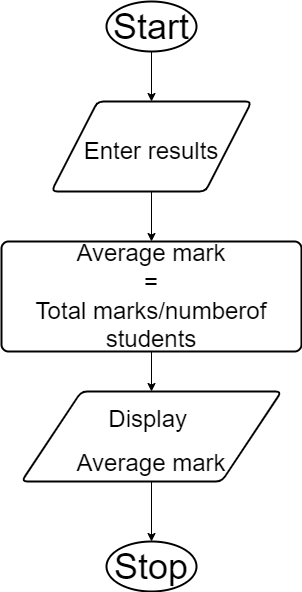
Before: Question 2 part i.drawio.png, a diagram exported from draw.io (Berna-K/CAT-2-Question-2). Source tidied: cells renumbered, new cells last; positions are measured from the earlier drawing's top-left corner, leaving out a move shared by most shapes. Source of this version:
```xml
<mxGraphModel>
  <root>
    <mxCell id="0" />
    <mxCell id="1" parent="0" />
    <mxCell id="2" style="edgeStyle=orthogonalEdgeStyle;rounded=0;jettySize=auto;html=1;entryX=0.5;entryY=0;entryDx=0;entryDy=0;fontSize=24;" parent="1" edge="1" source="3" target="5">
      <mxGeometry relative="1" as="geometry" />
    </mxCell>
    <mxCell id="3" value="Start" style="strokeWidth=2;html=1;shape=mxgraph.flowchart.start_1;whiteSpace=wrap;fontSize=36;" parent="1" vertex="1">
      <mxGeometry x="105" width="90" height="50" as="geometry" />
    </mxCell>
    <mxCell id="4" style="edgeStyle=orthogonalEdgeStyle;rounded=0;jettySize=auto;html=1;fontSize=24;" parent="1" edge="1" source="5" target="7">
      <mxGeometry relative="1" as="geometry" />
    </mxCell>
    <mxCell id="5" value="&lt;div style=&quot;&quot;&gt;&lt;font style=&quot;font-size: 24px;&quot;&gt;&lt;span style=&quot;background-color: initial;&quot;&gt;Enter results&lt;/span&gt;&lt;/font&gt;&lt;/div&gt;" style="shape=parallelogram;html=1;strokeWidth=2;perimeter=parallelogramPerimeter;whiteSpace=wrap;rounded=1;arcSize=12;size=0.23;fontSize=36;align=center;" parent="1" vertex="1">
      <mxGeometry x="50" y="100" width="200" height="90" as="geometry" />
    </mxCell>
    <mxCell id="6" style="edgeStyle=orthogonalEdgeStyle;rounded=0;jettySize=auto;html=1;entryX=0.5;entryY=0;entryDx=0;entryDy=0;fontSize=24;" parent="1" edge="1" source="7" target="9">
      <mxGeometry relative="1" as="geometry" />
    </mxCell>
    <mxCell id="7" value="Average mark&lt;br&gt;=&lt;br&gt;Total marks/numberof students" style="rounded=1;whiteSpace=wrap;html=1;absoluteArcSize=1;arcSize=14;strokeWidth=2;fontSize=24;" parent="1" vertex="1">
      <mxGeometry y="240" width="300" height="110" as="geometry" />
    </mxCell>
    <mxCell id="8" style="edgeStyle=orthogonalEdgeStyle;rounded=0;jettySize=auto;html=1;entryX=0.5;entryY=0;entryDx=0;entryDy=0;entryPerimeter=0;fontSize=24;" parent="1" edge="1" source="9" target="10">
      <mxGeometry relative="1" as="geometry" />
    </mxCell>
    <mxCell id="9" value="&lt;div style=&quot;&quot;&gt;&lt;font style=&quot;font-size: 24px;&quot;&gt;&lt;span style=&quot;background-color: initial;&quot;&gt;Display&amp;nbsp;&lt;/span&gt;&lt;/font&gt;&lt;/div&gt;&lt;div style=&quot;&quot;&gt;&lt;font style=&quot;font-size: 24px;&quot;&gt;&lt;span style=&quot;background-color: initial;&quot;&gt;Average mark&lt;/span&gt;&lt;/font&gt;&lt;/div&gt;" style="shape=parallelogram;html=1;strokeWidth=2;perimeter=parallelogramPerimeter;whiteSpace=wrap;rounded=1;arcSize=12;size=0.23;fontSize=36;align=center;" parent="1" vertex="1">
      <mxGeometry x="20" y="390" width="260" height="90" as="geometry" />
    </mxCell>
    <mxCell id="10" value="Stop" style="strokeWidth=2;html=1;shape=mxgraph.flowchart.start_1;whiteSpace=wrap;fontSize=36;" parent="1" vertex="1">
      <mxGeometry x="105" y="540" width="90" height="50" as="geometry" />
    </mxCell>
  </root>
</mxGraphModel>
```
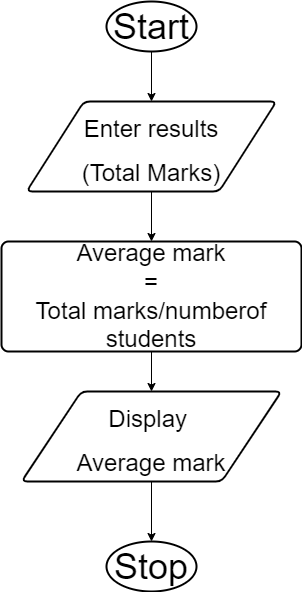
After the commit.

What changed in the source:
```diff
@@ -11,8 +11,8 @@
     <mxCell id="4" style="edgeStyle=orthogonalEdgeStyle;rounded=0;jettySize=auto;html=1;fontSize=24;" parent="1" edge="1" source="5" target="7">
       <mxGeometry relative="1" as="geometry" />
     </mxCell>
-    <mxCell id="5" value="&lt;div style=&quot;&quot;&gt;&lt;font style=&quot;font-size: 24px;&quot;&gt;&lt;span style=&quot;background-color: initial;&quot;&gt;Enter results&lt;/span&gt;&lt;/font&gt;&lt;/div&gt;" style="shape=parallelogram;html=1;strokeWidth=2;perimeter=parallelogramPerimeter;whiteSpace=wrap;rounded=1;arcSize=12;size=0.23;fontSize=36;align=center;" parent="1" vertex="1">
-      <mxGeometry x="50" y="100" width="200" height="90" as="geometry" />
+    <mxCell id="5" value="&lt;div style=&quot;&quot;&gt;&lt;font style=&quot;font-size: 24px;&quot;&gt;&lt;span style=&quot;background-color: initial;&quot;&gt;Enter results&lt;/span&gt;&lt;/font&gt;&lt;/div&gt;&lt;div style=&quot;&quot;&gt;&lt;font style=&quot;font-size: 24px;&quot;&gt;&lt;span style=&quot;background-color: initial;&quot;&gt;(Total Marks)&lt;/span&gt;&lt;/font&gt;&lt;/div&gt;" style="shape=parallelogram;html=1;strokeWidth=2;perimeter=parallelogramPerimeter;whiteSpace=wrap;rounded=1;arcSize=12;size=0.23;fontSize=36;align=center;" parent="1" vertex="1">
+      <mxGeometry x="25" y="100" width="250" height="90" as="geometry" />
     </mxCell>
     <mxCell id="6" style="edgeStyle=orthogonalEdgeStyle;rounded=0;jettySize=auto;html=1;entryX=0.5;entryY=0;entryDx=0;entryDy=0;fontSize=24;" parent="1" edge="1" source="7" target="9">
       <mxGeometry relative="1" as="geometry" />
```
